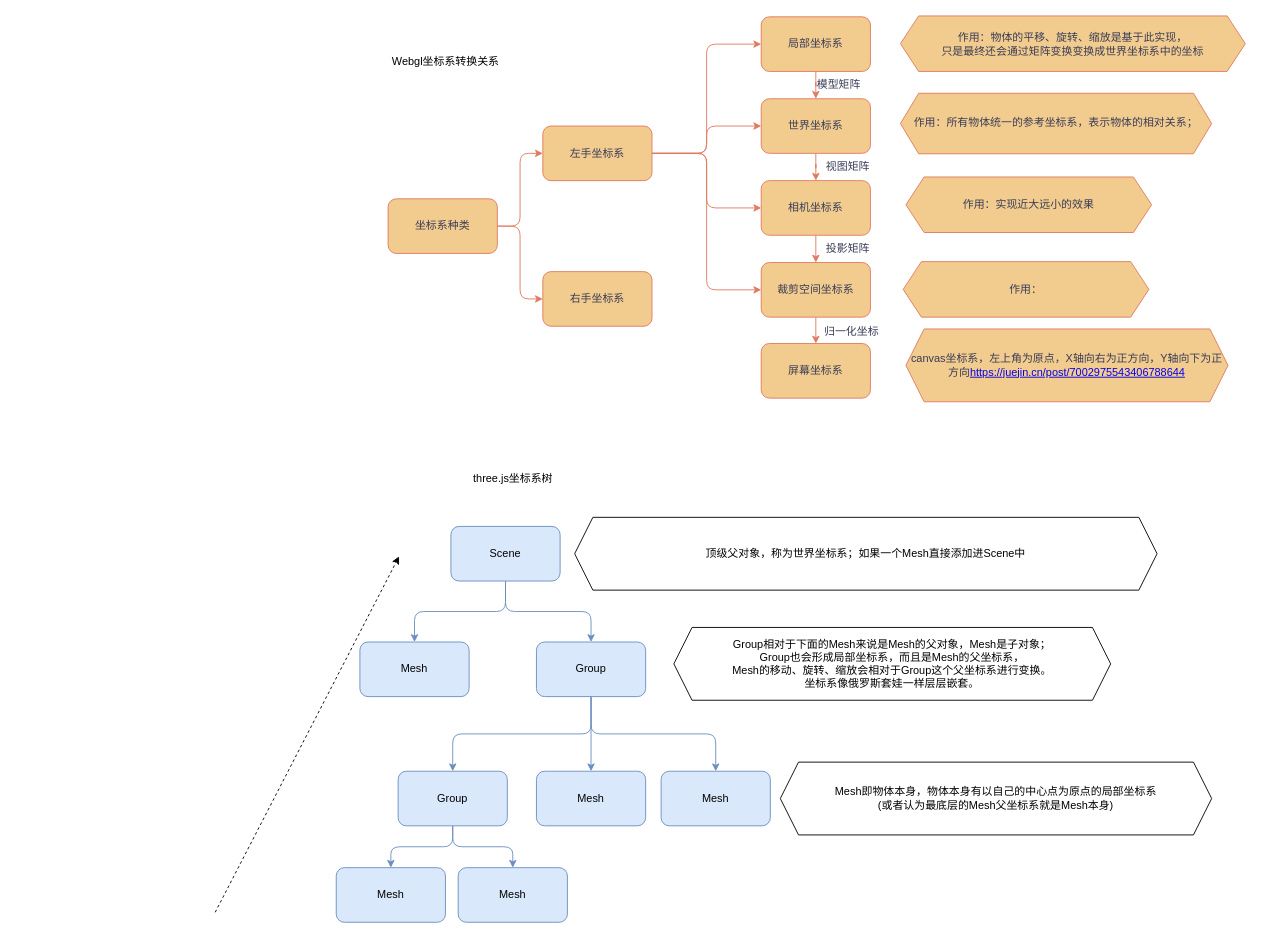
The draw.io diagram webgl three.js坐标系总结.drawio in linghuchong-asen/draw.io, before the edit. Source tidied: cells renumbered, new cells numbered last; positions are measured from the earlier drawing's top-left corner, leaving out a move shared by most shapes. Both pictures are drawn from the tidied source at 91%, with x=0, y=0 at pixel (215, 15).
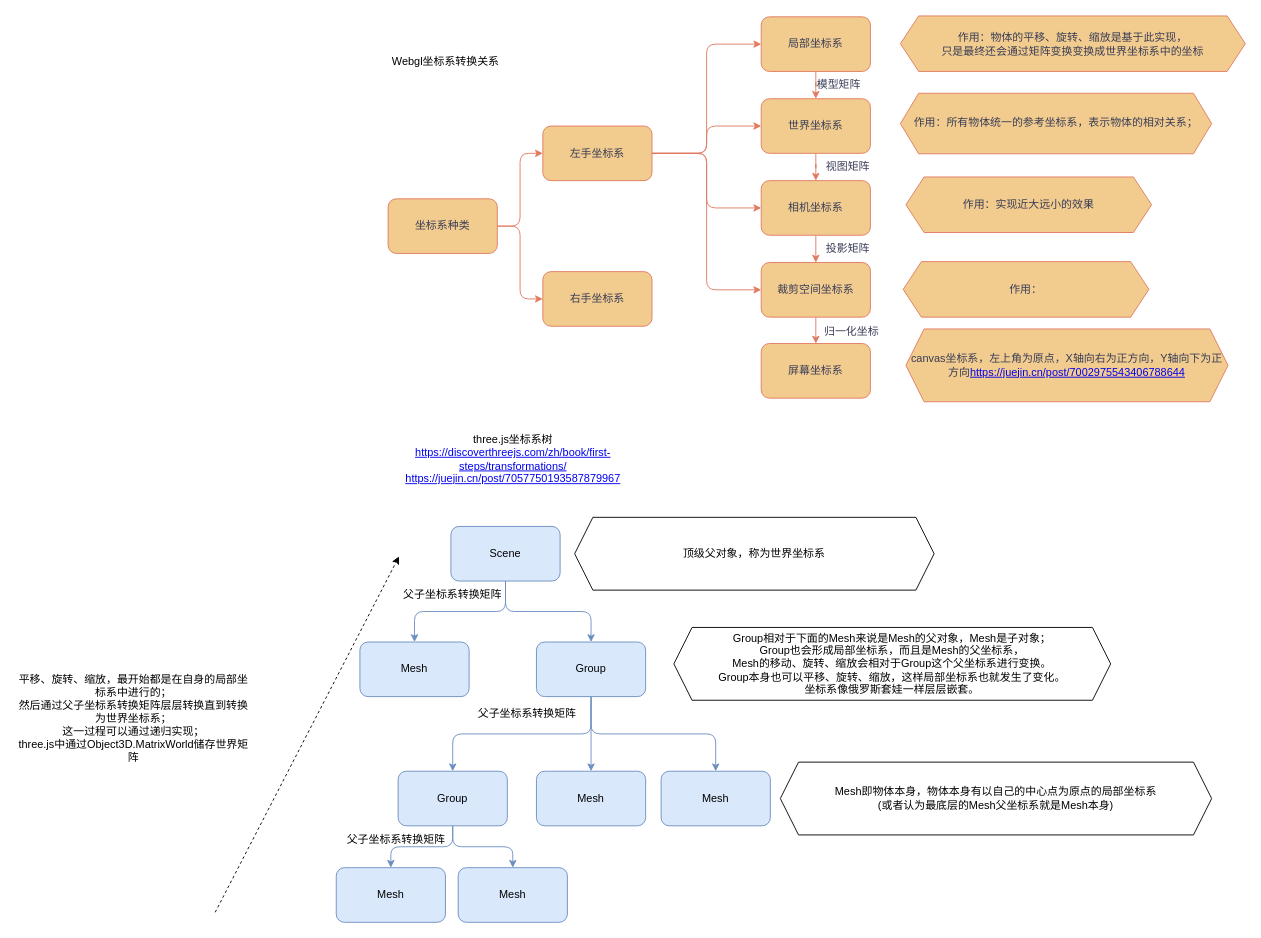
After the change.

Commit message (it also covers changes not shown here):
更新webgl three.js坐标系总结.drawio

What changed in the source:
```diff
@@
-    <mxCell id="29" value="three.js坐标系树" style="text;html=1;strokeColor=none;fillColor=none;align=center;verticalAlign=middle;whiteSpace=wrap;rounded=0;" parent="1" vertex="1">
-      <mxGeometry x="211.5" y="494" width="231" height="30" as="geometry" />
+    <mxCell id="29" value="three.js坐标系树&lt;a href=&quot;https://discoverthreejs.com/zh/book/first-steps/transformations/&quot;&gt;https://discoverthreejs.com/zh/book/first-steps/transformations/&lt;/a&gt;&lt;br&gt;&lt;a href=&quot;https://juejin.cn/post/7057750193587879967&quot;&gt;https://juejin.cn/post/7057750193587879967&lt;/a&gt;" style="text;html=1;strokeColor=none;fillColor=none;align=center;verticalAlign=middle;whiteSpace=wrap;rounded=0;" parent="1" vertex="1">
+      <mxGeometry x="211.5" y="449" width="231" height="75" as="geometry" />
     </mxCell>
@@
-    <mxCell id="42" value="Group相对于下面的Mesh来说是Mesh的父对象，Mesh是子对象；&lt;br&gt;Group也会形成局部坐标系，而且是Mesh的父坐标系，&lt;br&gt;Mesh的移动、旋转、缩放会相对于Group这个父坐标系进行变换。&lt;br&gt;坐标系像俄罗斯套娃一样层层嵌套。" style="shape=hexagon;perimeter=hexagonPerimeter2;whiteSpace=wrap;html=1;fixedSize=1;" parent="1" vertex="1">
+    <mxCell id="42" value="Group相对于下面的Mesh来说是Mesh的父对象，Mesh是子对象；&lt;br&gt;Group也会形成局部坐标系，而且是Mesh的父坐标系，&lt;br&gt;Mesh的移动、旋转、缩放会相对于Group这个父坐标系进行变换。&lt;br&gt;Group本身也可以平移、旋转、缩放，这样局部坐标系也就发生了变化。&lt;br&gt;坐标系像俄罗斯套娃一样层层嵌套。" style="shape=hexagon;perimeter=hexagonPerimeter2;whiteSpace=wrap;html=1;fixedSize=1;" parent="1" vertex="1">
       <mxGeometry x="504" y="672" width="480" height="80" as="geometry" />
     </mxCell>
@@
-    <mxCell id="48" value="顶级父对象，称为世界坐标系；如果一个Mesh直接添加进Scene中" style="shape=hexagon;perimeter=hexagonPerimeter2;whiteSpace=wrap;html=1;fixedSize=1;" parent="1" vertex="1">
-      <mxGeometry x="395" y="551" width="640" height="80" as="geometry" />
+    <mxCell id="48" value="顶级父对象，称为世界坐标系" style="shape=hexagon;perimeter=hexagonPerimeter2;whiteSpace=wrap;html=1;fixedSize=1;" parent="1" vertex="1">
+      <mxGeometry x="395" y="551" width="395" height="80" as="geometry" />
     </mxCell>
@@
+    <mxCell id="50" value="父子坐标系转换矩阵" style="text;html=1;strokeColor=none;fillColor=none;align=center;verticalAlign=middle;whiteSpace=wrap;rounded=0;" parent="1" vertex="1">
+      <mxGeometry x="139" y="890" width="120" height="30" as="geometry" />
+    </mxCell>
+    <mxCell id="51" value="父子坐标系转换矩阵" style="text;html=1;strokeColor=none;fillColor=none;align=center;verticalAlign=middle;whiteSpace=wrap;rounded=0;" parent="1" vertex="1">
+      <mxGeometry x="201" y="621" width="120" height="30" as="geometry" />
+    </mxCell>
+    <mxCell id="52" value="父子坐标系转换矩阵" style="text;html=1;strokeColor=none;fillColor=none;align=center;verticalAlign=middle;whiteSpace=wrap;rounded=0;" parent="1" vertex="1">
+      <mxGeometry x="283" y="752" width="120" height="30" as="geometry" />
+    </mxCell>
+    <mxCell id="53" value="平移、旋转、缩放，最开始都是在自身的局部坐标系中进行的；&lt;br&gt;然后通过父子坐标系转换矩阵层层转换直到转换为世界坐标系；&lt;br&gt;这一过程可以通过递归实现；&lt;br&gt;three.js中通过Object3D.MatrixWorld储存世界矩阵" style="text;html=1;strokeColor=none;fillColor=none;align=center;verticalAlign=middle;whiteSpace=wrap;rounded=0;" parent="1" vertex="1">
+      <mxGeometry x="-219" y="713" width="259" height="117" as="geometry" />
+    </mxCell>
```
